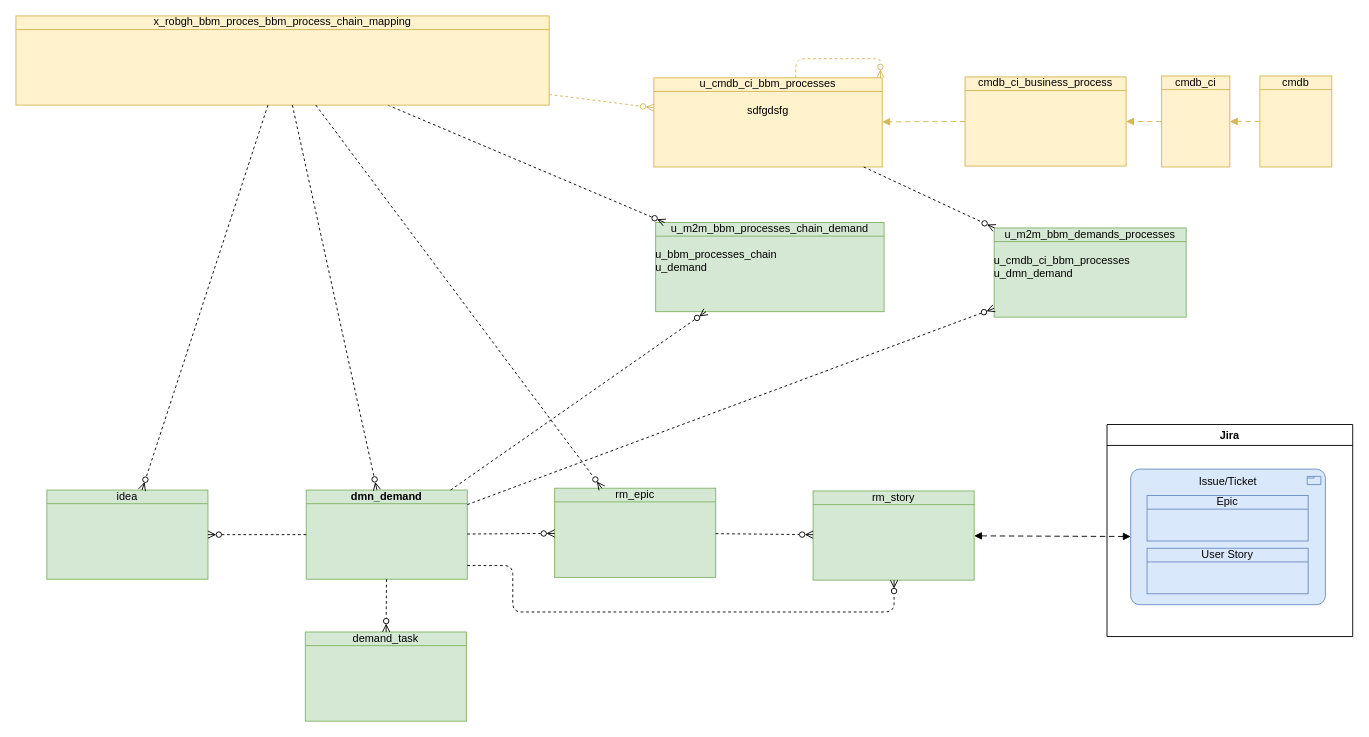
Above: page "m2mProcess" (9 of 15) of Bosch.drawio in algimas/tmp (draw.io), before the change. Source tidied: cells renumbered, new cells numbered last; positions are measured from the earlier drawing's top-left corner, leaving out a move shared by most shapes. Both pictures are drawn from the tidied source at 91%, with x=0, y=0 at pixel (15, 15).
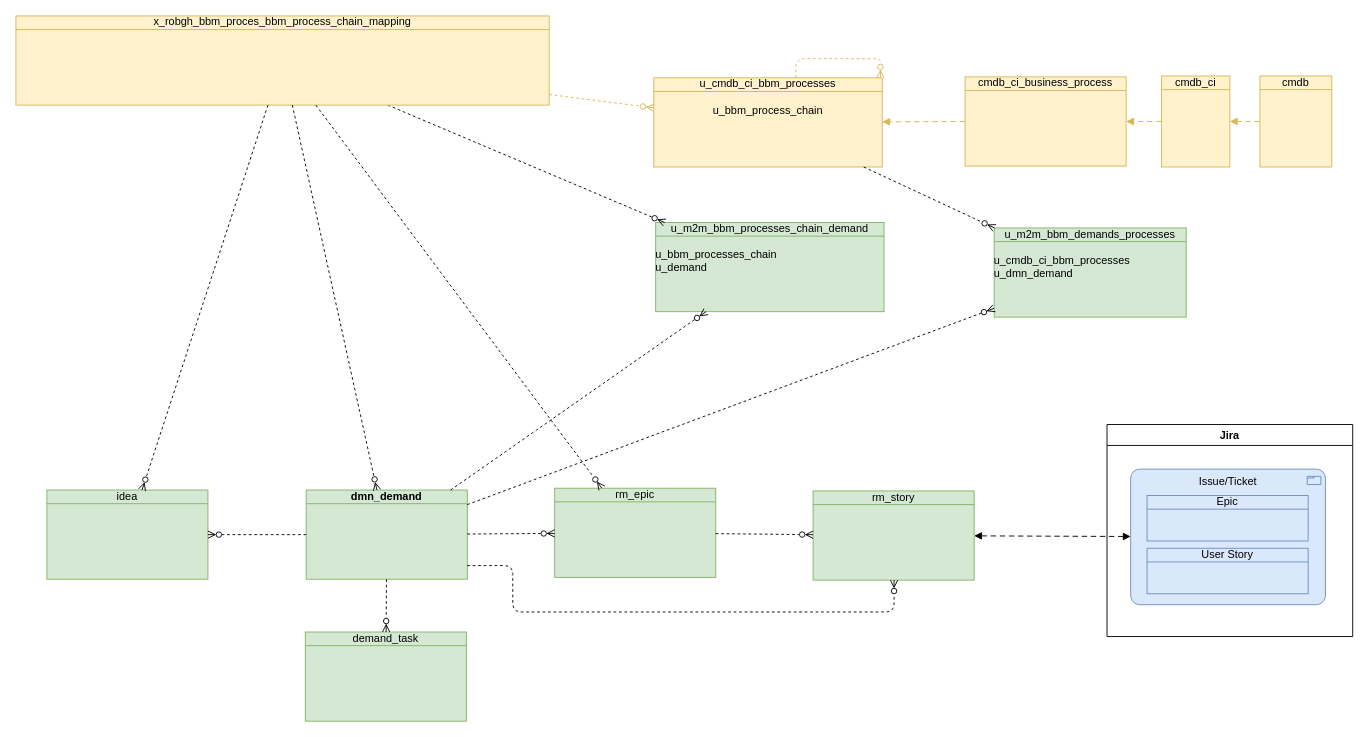
After the change.

Change to the diagram source:
```diff
@@
-    <mxCell id="8" value="u_cmdb_ci_bbm_processes&lt;div&gt;&lt;br&gt;&lt;/div&gt;&lt;div&gt;sdfgdsfg&lt;/div&gt;" style="html=1;outlineConnect=0;whiteSpace=wrap;fillColor=#fff2cc;shape=mxgraph.archimate3.businessObject;overflow=fill;strokeColor=#d6b656;" parent="1" vertex="1">
+    <mxCell id="8" value="u_cmdb_ci_bbm_processes&lt;div&gt;&lt;br&gt;&lt;/div&gt;&lt;div&gt;u_bbm_process_chain&lt;/div&gt;" style="html=1;outlineConnect=0;whiteSpace=wrap;fillColor=#fff2cc;shape=mxgraph.archimate3.businessObject;overflow=fill;strokeColor=#d6b656;" parent="1" vertex="1">
       <mxGeometry x="701" y="68" width="251" height="98" as="geometry" />
     </mxCell>
```
